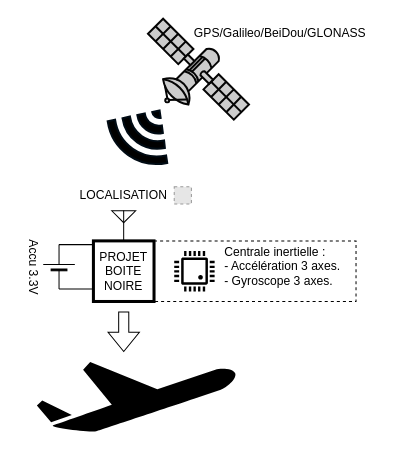
This is doc/references/schema_blocs/schema_principe (6).drawio from Ali-Z0/1924B_Miniaturized-Flight-Recorder, a draw.io file, before an edit. Source tidied: cells renumbered, new cells numbered last; positions are measured from the earlier drawing's top-left corner, leaving out a move shared by most shapes. Both pictures are drawn from the tidied source at 101%, with x=0, y=0 at pixel (2, 18). Pictures stored in the file or linked from it are replaced by grey dashed boxes.
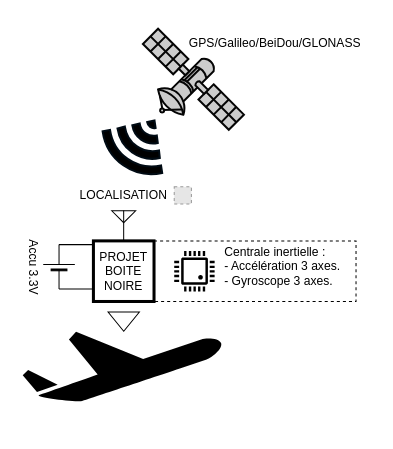
The same diagram, later.

Diff of the diagram source:
```diff
@@
     <mxCell id="2" style="shape=mxgraph.signs.transportation.airplane_1;html=1;fillColor=#000000;strokeColor=none;verticalLabelPosition=bottom;verticalAlign=top;align=center;" parent="1" vertex="1">
-      <mxGeometry x="34" y="340" width="198" height="70" as="geometry" />
+      <mxGeometry x="20" y="310" width="198" height="70" as="geometry" />
     </mxCell>
-    <mxCell id="3" style="fontColor=#0066CC;verticalAlign=top;verticalLabelPosition=bottom;labelPosition=center;align=center;html=1;fillColor=#CCCCCC;strokeColor=#050505;gradientColor=none;gradientDirection=north;strokeWidth=2;shape=mxgraph.networks.satellite;" parent="1" vertex="1">
-      <mxGeometry x="144" width="100" height="100" as="geometry" />
-    </mxCell>
     <mxCell id="4" style="shape=flexArrow;endArrow=classic;html=1;rounded=0;" parent="1" edge="1">
       <mxGeometry relative="1" as="geometry">
         <mxPoint x="120" y="290" as="sourcePoint" />
-        <mxPoint x="120" y="330" as="targetPoint" />
+        <mxPoint x="120" y="310" as="targetPoint" />
       </mxGeometry>
     </mxCell>
-    <mxCell id="5" value="GPS/Galileo/BeiDou/GLONASS" style="text;html=1;strokeColor=none;fillColor=none;align=center;verticalAlign=middle;whiteSpace=wrap;rounded=0;" parent="1" vertex="1">
-      <mxGeometry x="180" width="190" height="30" as="geometry" />
-    </mxCell>
@@
+    <mxCell id="24" style="group;" parent="1" vertex="1">
+      <mxGeometry x="90" y="10" width="275" height="155.8" as="geometry" />
+    </mxCell>
+    <mxCell id="3" style="fontColor=#0066CC;verticalAlign=top;verticalLabelPosition=bottom;labelPosition=center;align=center;html=1;fillColor=#CCCCCC;strokeColor=#050505;gradientColor=none;gradientDirection=north;strokeWidth=2;shape=mxgraph.networks.satellite;" parent="24" vertex="1">
+      <mxGeometry x="49" width="100" height="100" as="geometry" />
+    </mxCell>
+    <mxCell id="5" value="GPS/Galileo/BeiDou/GLONASS" style="text;html=1;strokeColor=none;fillColor=none;align=center;verticalAlign=middle;whiteSpace=wrap;rounded=0;" parent="24" vertex="1">
+      <mxGeometry x="85" width="190" height="30" as="geometry" />
+    </mxCell>
-    <mxCell id="20" style="whiteSpace=wrap;html=1;strokeColor=none;" parent="1" vertex="1">
-      <mxGeometry x="135" y="70" width="25" height="25" as="geometry" />
+    <mxCell id="20" style="whiteSpace=wrap;html=1;strokeColor=none;" parent="24" vertex="1">
+      <mxGeometry x="40" y="70" width="25" height="25" as="geometry" />
     </mxCell>
-    <mxCell id="21" style="whiteSpace=wrap;html=1;strokeColor=none;" parent="1" vertex="1">
-      <mxGeometry x="150" y="84" width="18" height="18" as="geometry" />
+    <mxCell id="21" style="whiteSpace=wrap;html=1;strokeColor=none;" parent="24" vertex="1">
+      <mxGeometry x="55" y="84" width="18" height="18" as="geometry" />
     </mxCell>
-    <mxCell id="22" style="whiteSpace=wrap;html=1;strokeColor=none;rotation=-45;" parent="1" vertex="1">
-      <mxGeometry x="141" y="76" width="18" height="18" as="geometry" />
+    <mxCell id="22" style="whiteSpace=wrap;html=1;strokeColor=none;rotation=-45;" parent="24" vertex="1">
+      <mxGeometry x="46" y="76" width="18" height="18" as="geometry" />
     </mxCell>
-    <mxCell id="23" style="html=1;verticalLabelPosition=bottom;align=center;labelBackgroundColor=#ffffff;verticalAlign=top;strokeWidth=2;strokeColor=#000B14;shadow=0;dashed=0;shape=mxgraph.ios7.icons.wifi;rotation=-145;fillColor=#000000;" parent="1" vertex="1">
-      <mxGeometry x="104" y="86" width="72" height="54" as="geometry" />
+    <mxCell id="23" style="html=1;verticalLabelPosition=bottom;align=center;labelBackgroundColor=#ffffff;verticalAlign=top;strokeWidth=2;strokeColor=#000B14;shadow=0;dashed=0;shape=mxgraph.ios7.icons.wifi;rotation=-145;fillColor=#000000;" parent="24" vertex="1">
+      <mxGeometry x="9" y="86" width="72" height="54" as="geometry" />
     </mxCell>
```
